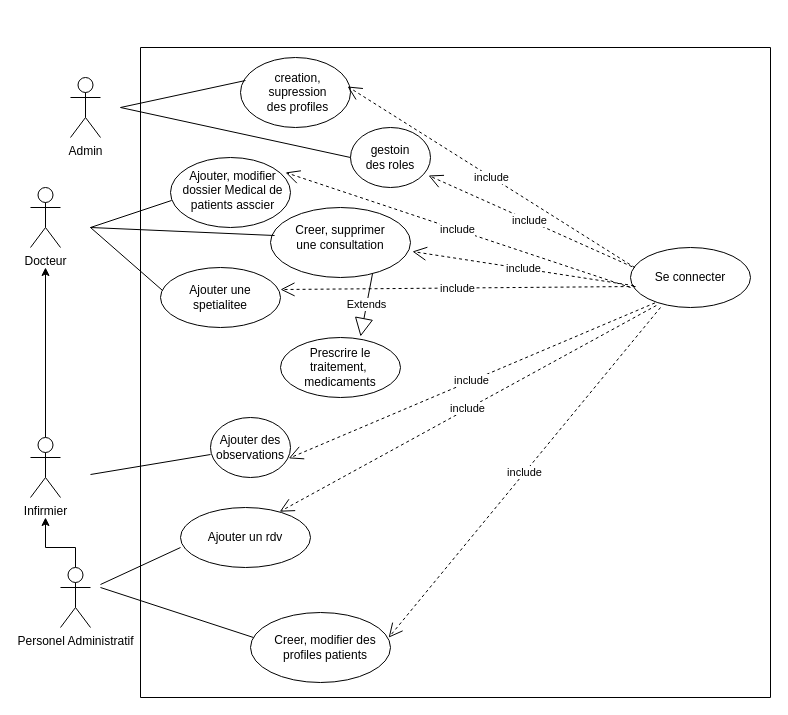
The draw.io diagram documentation/useCase uml.drawio in Dmytriyev/hopital_Coeur_de_Soins, before the edit. Source tidied: cells renumbered, new cells numbered last; positions are measured from the earlier drawing's top-left corner, leaving out a move shared by most shapes. Both pictures are drawn from the tidied source at 100%, with x=0, y=0 at pixel (30, 47).
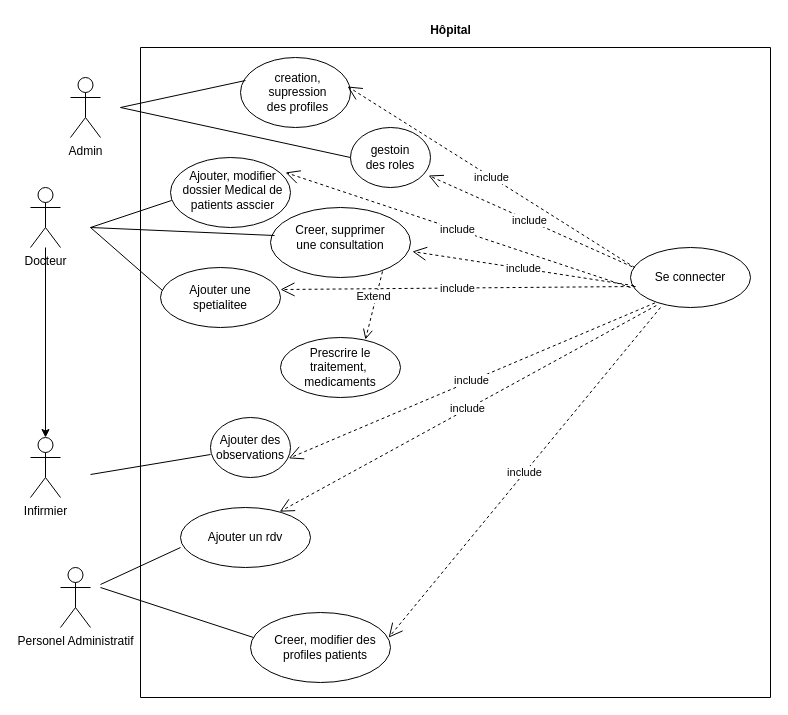
Above is the later version.

The change refers to these unchanged cells:
```xml
<mxCell id="2" style="swimlane;startSize=0;" parent="1" vertex="1">
  <mxGeometry x="110" width="630" height="650" as="geometry" />
</mxCell>
<mxCell id="5" style="ellipse;whiteSpace=wrap;html=1;" parent="2" vertex="1">
  <mxGeometry x="130" y="160" width="140" height="70" as="geometry" />
</mxCell>
<mxCell id="25" style="ellipse;whiteSpace=wrap;html=1;" parent="2" vertex="1">
  <mxGeometry x="140" y="290" width="120" height="60" as="geometry" />
</mxCell>
<mxCell id="37" value="Docteur" style="shape=umlActor;verticalLabelPosition=bottom;verticalAlign=top;html=1;" parent="1" vertex="1">
  <mxGeometry y="140" width="30" height="60" as="geometry" />
</mxCell>
<mxCell id="39" value="Infirmier" style="shape=umlActor;verticalLabelPosition=bottom;verticalAlign=top;html=1;" parent="1" vertex="1">
  <mxGeometry y="390" width="30" height="60" as="geometry" />
</mxCell>
<mxCell id="41" value="Personel Administratif" style="shape=umlActor;verticalLabelPosition=bottom;verticalAlign=top;html=1;" parent="1" vertex="1">
  <mxGeometry x="30" y="520" width="30" height="60" as="geometry" />
</mxCell>
```

Diff of the diagram source:
```diff
@@
-    <mxCell id="27" value="Extends" style="endArrow=block;endSize=16;endFill=0;html=1;rounded=0;exitX=0.729;exitY=0.943;exitDx=0;exitDy=0;exitPerimeter=0;entryX=0.667;entryY=-0.017;entryDx=0;entryDy=0;entryPerimeter=0;" parent="2" edge="1" source="5" target="25">
-      <mxGeometry relative="1" as="geometry" />
-    </mxCell>
@@
+    <mxCell id="27" value="Extend" style="html=1;verticalAlign=bottom;endArrow=open;dashed=1;endSize=8;curved=0;rounded=0;exitX=0.8;exitY=0.914;exitDx=0;exitDy=0;exitPerimeter=0;entryX=0.708;entryY=0.033;entryDx=0;entryDy=0;entryPerimeter=0;" parent="2" edge="1" source="5" target="25">
+      <mxGeometry relative="1" as="geometry" />
+    </mxCell>
@@
+    <mxCell id="54" style="edgeStyle=orthogonalEdgeStyle;rounded=0;jettySize=auto;html=1;entryX=0.5;entryY=0;entryDx=0;entryDy=0;entryPerimeter=0;" parent="1" edge="1" source="37" target="39">
+      <mxGeometry relative="1" as="geometry" />
+    </mxCell>
@@
-    <mxCell id="38" style="edgeStyle=orthogonalEdgeStyle;rounded=0;jettySize=auto;html=1;" parent="1" edge="1" source="39">
-      <mxGeometry relative="1" as="geometry">
-        <mxPoint x="15" y="220" as="targetPoint" />
-      </mxGeometry>
-    </mxCell>
@@
-    <mxCell id="40" style="edgeStyle=orthogonalEdgeStyle;rounded=0;jettySize=auto;html=1;" parent="1" edge="1" source="41">
-      <mxGeometry relative="1" as="geometry">
-        <mxPoint x="15" y="470" as="targetPoint" />
-        <Array as="points">
-          <mxPoint x="45" y="500" />
-          <mxPoint x="15" y="500" />
-        </Array>
-      </mxGeometry>
-    </mxCell>
@@
+    <mxCell id="55" value="Hôpital" style="text;align=center;fontStyle=1;verticalAlign=middle;spacingLeft=3;spacingRight=3;strokeColor=none;html=1;" parent="1" vertex="1">
+      <mxGeometry x="380" y="-30" width="80" height="26" as="geometry" />
+    </mxCell>
```
